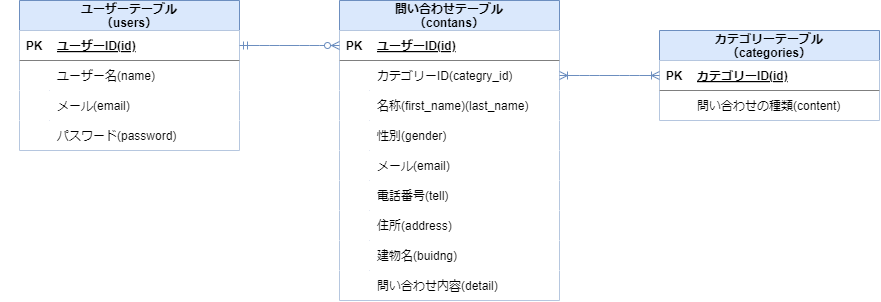
This is er-diagram.png from risamatsumoto1104/contact-form1, a draw.io export, as it was before one commit. Source tidied: cells renumbered, new cells last; positions are measured from the earlier drawing's top-left corner, leaving out a move shared by most shapes.
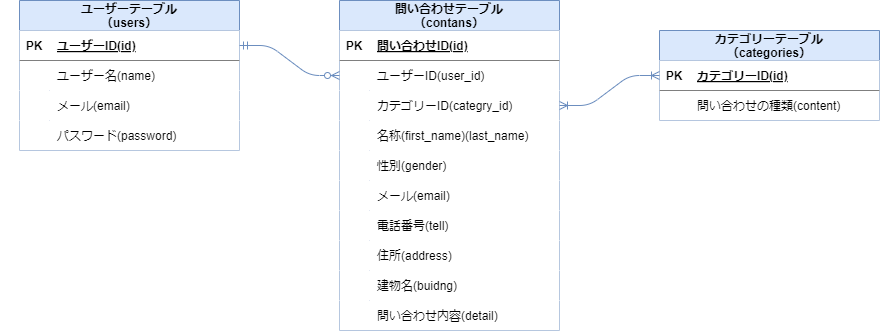
After the commit.

Diff of the diagram source:
```diff
@@ -3,7 +3,7 @@
     <mxCell id="0" />
     <mxCell id="1" parent="0" />
     <mxCell id="2" value="問い合わせテーブル&#10;（contans）" style="shape=table;startSize=30;rowLines=0;fontStyle=1;align=center;fillColor=#dae8fc;strokeColor=#6c8ebf;" parent="1" vertex="1">
-      <mxGeometry x="339" width="220" height="300" as="geometry" />
+      <mxGeometry x="339" width="220" height="330" as="geometry" />
     </mxCell>
     <mxCell id="3" style="shape=tableRow;horizontal=0;startSize=0;swimlaneHead=0;swimlaneBody=0;points=[[0,0.5],[1,0.5]];portConstraint=eastwest;top=0;left=0;right=0;bottom=1;" parent="2" vertex="1">
       <mxGeometry y="30" width="220" height="30" as="geometry" />
@@ -11,11 +11,20 @@
     <mxCell id="4" value="PK" style="shape=partialRectangle;fillColor=none;top=0;left=0;bottom=0;right=0;fontStyle=1;overflow=hidden;" parent="3" vertex="1">
       <mxGeometry width="30" height="30" as="geometry" />
     </mxCell>
-    <mxCell id="5" value="ユーザーID(id)" style="shape=partialRectangle;fillColor=none;top=0;left=0;bottom=0;right=0;align=left;spacingLeft=6;fontStyle=5;overflow=hidden;" parent="3" vertex="1">
+    <mxCell id="5" value="問い合わせID(id)" style="shape=partialRectangle;fillColor=none;top=0;left=0;bottom=0;right=0;align=left;spacingLeft=6;fontStyle=5;overflow=hidden;" parent="3" vertex="1">
       <mxGeometry x="30" width="190" height="30" as="geometry" />
     </mxCell>
+    <mxCell id="53" style="shape=tableRow;horizontal=0;startSize=0;swimlaneHead=0;swimlaneBody=0;points=[[0,0.5],[1,0.5]];portConstraint=eastwest;top=0;left=0;right=0;bottom=0;" parent="2" vertex="1">
+      <mxGeometry y="60" width="220" height="30" as="geometry" />
+    </mxCell>
+    <mxCell id="54" style="shape=partialRectangle;fillColor=none;top=0;left=0;bottom=0;right=0;overflow=hidden;" parent="53" vertex="1">
+      <mxGeometry width="30" height="30" as="geometry" />
+    </mxCell>
+    <mxCell id="55" value="ユーザーID(user_id)" style="shape=partialRectangle;fillColor=none;top=0;left=0;bottom=0;right=0;align=left;spacingLeft=6;overflow=hidden;" parent="53" vertex="1">
+      <mxGeometry x="30" width="190" height="30" as="geometry" />
+    </mxCell>
     <mxCell id="6" style="shape=tableRow;horizontal=0;startSize=0;swimlaneHead=0;swimlaneBody=0;points=[[0,0.5],[1,0.5]];portConstraint=eastwest;top=0;left=0;right=0;bottom=0;" parent="2" vertex="1">
-      <mxGeometry y="60" width="220" height="30" as="geometry" />
+      <mxGeometry y="90" width="220" height="30" as="geometry" />
     </mxCell>
     <mxCell id="7" style="shape=partialRectangle;fillColor=none;top=0;left=0;bottom=0;right=0;overflow=hidden;" parent="6" vertex="1">
       <mxGeometry width="30" height="30" as="geometry" />
@@ -24,7 +33,7 @@
       <mxGeometry x="30" width="190" height="30" as="geometry" />
     </mxCell>
     <mxCell id="9" style="shape=tableRow;horizontal=0;startSize=0;swimlaneHead=0;swimlaneBody=0;top=0;left=0;right=0;bottom=0;" parent="2" vertex="1">
-      <mxGeometry y="90" width="220" height="30" as="geometry" />
+      <mxGeometry y="120" width="220" height="30" as="geometry" />
     </mxCell>
     <mxCell id="10" style="shape=partialRectangle;fillColor=none;top=0;left=0;bottom=0;right=0;overflow=hidden;" parent="9" vertex="1">
       <mxGeometry width="30" height="30" as="geometry" />
@@ -33,7 +42,7 @@
       <mxGeometry x="30" width="190" height="30" as="geometry" />
     </mxCell>
     <mxCell id="12" style="shape=tableRow;horizontal=0;startSize=0;swimlaneHead=0;swimlaneBody=0;top=0;left=0;right=0;bottom=0;" parent="2" vertex="1">
-      <mxGeometry y="120" width="220" height="30" as="geometry" />
+      <mxGeometry y="150" width="220" height="30" as="geometry" />
     </mxCell>
     <mxCell id="13" style="shape=partialRectangle;fillColor=none;top=0;left=0;bottom=0;right=0;overflow=hidden;" parent="12" vertex="1">
       <mxGeometry width="30" height="30" as="geometry" />
@@ -42,7 +51,7 @@
       <mxGeometry x="30" width="190" height="30" as="geometry" />
     </mxCell>
     <mxCell id="15" style="shape=tableRow;horizontal=0;startSize=0;swimlaneHead=0;swimlaneBody=0;top=0;left=0;right=0;bottom=0;" parent="2" vertex="1">
-      <mxGeometry y="150" width="220" height="30" as="geometry" />
+      <mxGeometry y="180" width="220" height="30" as="geometry" />
     </mxCell>
     <mxCell id="16" style="shape=partialRectangle;fillColor=none;top=0;left=0;bottom=0;right=0;overflow=hidden;" parent="15" vertex="1">
       <mxGeometry width="30" height="30" as="geometry" />
@@ -51,7 +60,7 @@
       <mxGeometry x="30" width="190" height="30" as="geometry" />
     </mxCell>
     <mxCell id="18" style="shape=tableRow;horizontal=0;startSize=0;swimlaneHead=0;swimlaneBody=0;top=0;left=0;right=0;bottom=0;" parent="2" vertex="1">
-      <mxGeometry y="180" width="220" height="30" as="geometry" />
+      <mxGeometry y="210" width="220" height="30" as="geometry" />
     </mxCell>
     <mxCell id="19" style="shape=partialRectangle;fillColor=none;top=0;left=0;bottom=0;right=0;overflow=hidden;" parent="18" vertex="1">
       <mxGeometry width="30" height="30" as="geometry" />
@@ -60,7 +69,7 @@
       <mxGeometry x="30" width="190" height="30" as="geometry" />
     </mxCell>
     <mxCell id="21" style="shape=tableRow;horizontal=0;startSize=0;swimlaneHead=0;swimlaneBody=0;top=0;left=0;right=0;bottom=0;" parent="2" vertex="1">
-      <mxGeometry y="210" width="220" height="30" as="geometry" />
+      <mxGeometry y="240" width="220" height="30" as="geometry" />
     </mxCell>
     <mxCell id="22" style="shape=partialRectangle;fillColor=none;top=0;left=0;bottom=0;right=0;overflow=hidden;" parent="21" vertex="1">
       <mxGeometry width="30" height="30" as="geometry" />
@@ -69,7 +78,7 @@
       <mxGeometry x="30" width="190" height="30" as="geometry" />
     </mxCell>
     <mxCell id="24" style="shape=tableRow;horizontal=0;startSize=0;swimlaneHead=0;swimlaneBody=0;top=0;left=0;right=0;bottom=0;" parent="2" vertex="1">
-      <mxGeometry y="240" width="220" height="30" as="geometry" />
+      <mxGeometry y="270" width="220" height="30" as="geometry" />
     </mxCell>
     <mxCell id="25" style="shape=partialRectangle;fillColor=none;top=0;left=0;bottom=0;right=0;overflow=hidden;" parent="24" vertex="1">
       <mxGeometry width="30" height="30" as="geometry" />
@@ -78,7 +87,7 @@
       <mxGeometry x="30" width="190" height="30" as="geometry" />
     </mxCell>
     <mxCell id="27" style="shape=tableRow;horizontal=0;startSize=0;swimlaneHead=0;swimlaneBody=0;top=0;left=0;right=0;bottom=0;" parent="2" vertex="1">
-      <mxGeometry y="270" width="220" height="30" as="geometry" />
+      <mxGeometry y="300" width="220" height="30" as="geometry" />
     </mxCell>
     <mxCell id="28" style="shape=partialRectangle;fillColor=none;top=0;left=0;bottom=0;right=0;overflow=hidden;" parent="27" vertex="1">
       <mxGeometry width="30" height="30" as="geometry" />
@@ -149,7 +158,7 @@
     <mxCell id="50" style="shape=tableRow;horizontal=0;startSize=0;swimlaneHead=0;swimlaneBody=0;fillColor=none;top=0;left=0;right=0;bottom=0;" parent="1" vertex="1">
       <mxGeometry y="70" width="180" height="30" as="geometry" />
     </mxCell>
-    <mxCell id="51" style="edgeStyle=entityRelationEdgeStyle;fontSize=12;html=1;endArrow=ERzeroToMany;startArrow=ERmandOne;exitX=1;exitY=0.5;exitDx=0;exitDy=0;entryX=0;entryY=0.5;entryDx=0;entryDy=0;strokeColor=#6c8ebf;fillColor=#dae8fc;strokeWidth=1;" parent="1" edge="1" source="38" target="3">
+    <mxCell id="51" style="edgeStyle=entityRelationEdgeStyle;fontSize=12;html=1;endArrow=ERzeroToMany;startArrow=ERmandOne;exitX=1;exitY=0.5;exitDx=0;exitDy=0;entryX=0;entryY=0.5;entryDx=0;entryDy=0;strokeColor=#6c8ebf;fillColor=#dae8fc;strokeWidth=1;" parent="1" edge="1" source="38" target="53">
       <mxGeometry relative="1" as="geometry" />
     </mxCell>
     <mxCell id="52" style="edgeStyle=entityRelationEdgeStyle;fontSize=12;html=1;endArrow=ERoneToMany;startArrow=ERoneToMany;entryX=0;entryY=0.5;entryDx=0;entryDy=0;exitX=1;exitY=0.5;exitDx=0;exitDy=0;strokeColor=#6c8ebf;fillColor=#dae8fc;strokeWidth=1;" parent="1" edge="1" source="6" target="31">
```
